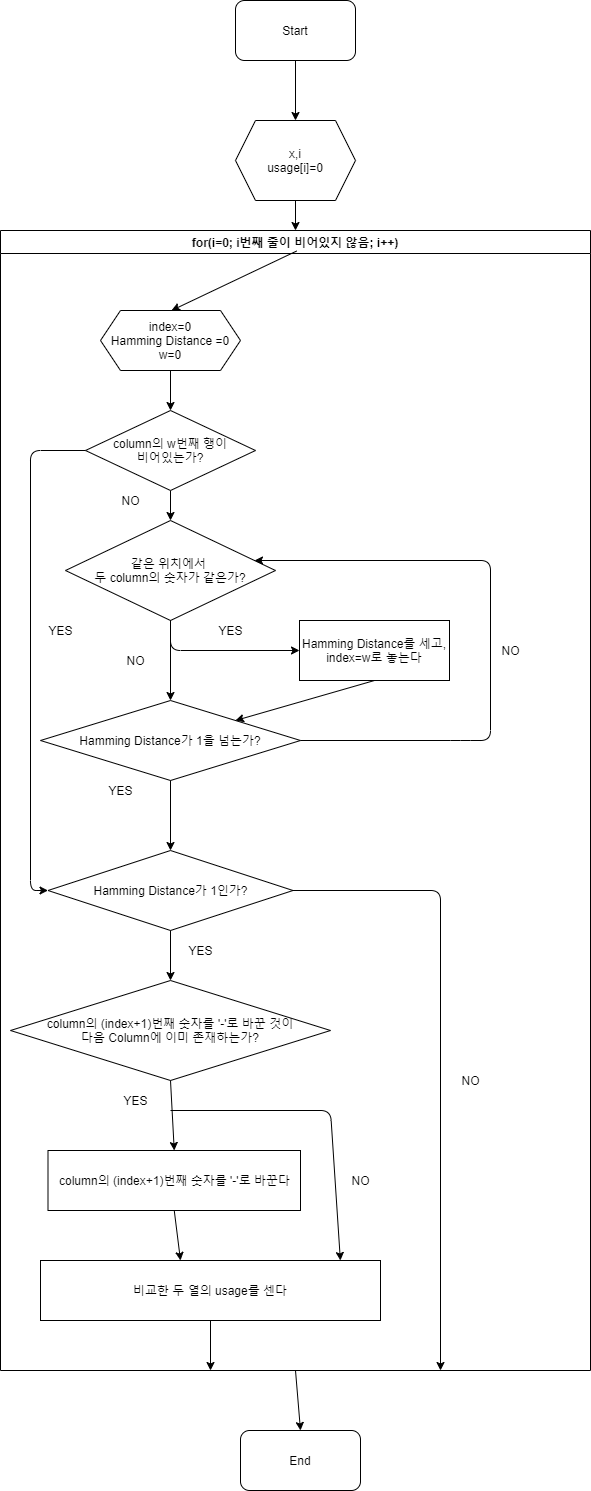
This is 순서도/MakeColumn.png from aaron-rev/QuinMc_C2Plus, a draw.io export, as it was before one commit. Source tidied: cells renumbered, new cells last; positions are measured from the earlier drawing's top-left corner, leaving out a move shared by most shapes.
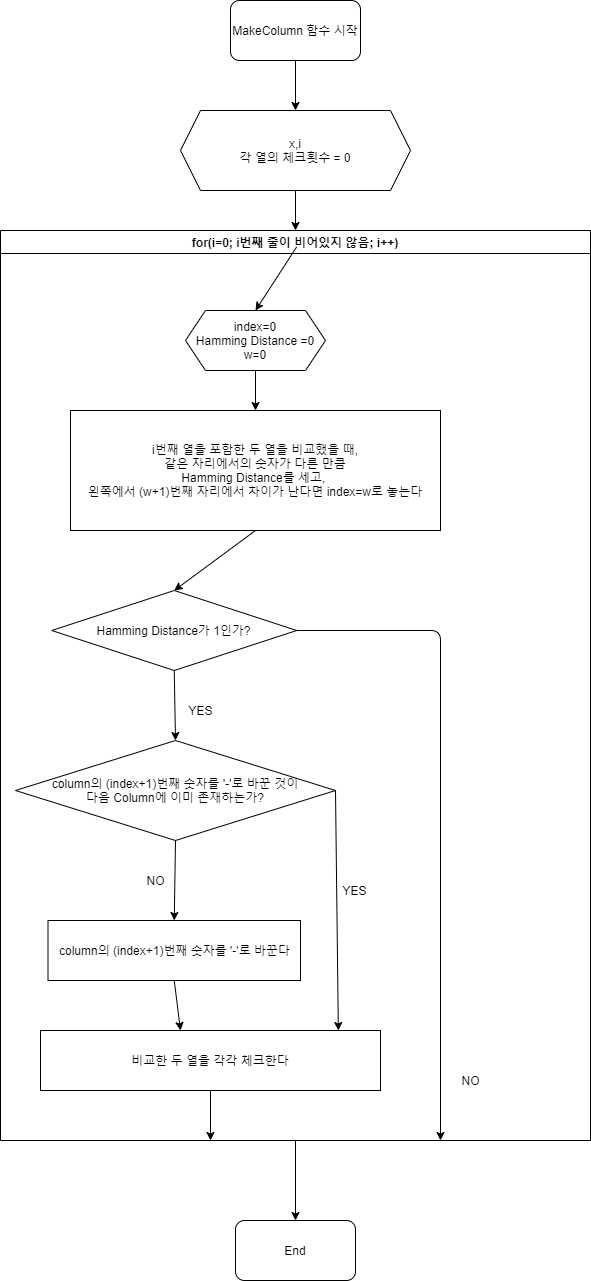
Later version of the same file.

Commit message:
방금 수정한 거 이미지 버전

What changed in the source:
```diff
@@ -2,167 +2,100 @@
   <root>
     <mxCell id="0" />
     <mxCell id="1" parent="0" />
-    <mxCell id="2" value="Start" style="rounded=1;whiteSpace=wrap;html=1;" parent="1" vertex="1">
-      <mxGeometry x="235" width="120" height="60" as="geometry" />
+    <mxCell id="2" value="MakeColumn 함수 시작" style="rounded=1;whiteSpace=wrap;html=1;" parent="1" vertex="1">
+      <mxGeometry x="230" width="130" height="60" as="geometry" />
     </mxCell>
     <mxCell id="3" style="endArrow=classic;html=1;exitX=0.5;exitY=1;exitDx=0;exitDy=0;" parent="1" edge="1" source="2" target="4">
       <mxGeometry relative="1" as="geometry" />
     </mxCell>
-    <mxCell id="4" value="x,i&lt;br&gt;usage[i]=0" style="shape=hexagon;perimeter=hexagonPerimeter2;whiteSpace=wrap;html=1;fixedSize=1;" parent="1" vertex="1">
-      <mxGeometry x="235" y="120" width="120" height="80" as="geometry" />
+    <mxCell id="4" value="x,i&lt;br&gt;각 열의 체크횟수 = 0" style="shape=hexagon;perimeter=hexagonPerimeter2;whiteSpace=wrap;html=1;fixedSize=1;" parent="1" vertex="1">
+      <mxGeometry x="180" y="110" width="230" height="80" as="geometry" />
     </mxCell>
     <mxCell id="5" style="endArrow=classic;html=1;exitX=0.5;exitY=1;exitDx=0;exitDy=0;entryX=0.5;entryY=0;entryDx=0;entryDy=0;" parent="1" edge="1" source="4" target="6">
       <mxGeometry relative="1" as="geometry" />
     </mxCell>
     <mxCell id="6" value="for(i=0; i번째 줄이 비어있지 않음; i++)" style="swimlane;" parent="1" vertex="1">
-      <mxGeometry y="230" width="590" height="1140" as="geometry" />
+      <mxGeometry y="230" width="590" height="910" as="geometry" />
     </mxCell>
-    <mxCell id="7" style="endArrow=classic;html=1;exitX=0.502;exitY=0.018;exitDx=0;exitDy=0;exitPerimeter=0;" parent="6" edge="1" source="6">
-      <mxGeometry relative="1" as="geometry">
-        <mxPoint x="171" y="80" as="targetPoint" />
-      </mxGeometry>
+    <mxCell id="7" style="endArrow=classic;html=1;exitX=0.502;exitY=0.018;exitDx=0;exitDy=0;exitPerimeter=0;entryX=0.5;entryY=0;entryDx=0;entryDy=0;" parent="6" edge="1" source="6" target="8">
+      <mxGeometry relative="1" as="geometry" />
     </mxCell>
     <mxCell id="8" value="index=0&lt;br&gt;Hamming Distance =0&lt;br&gt;w=0" style="shape=hexagon;perimeter=hexagonPerimeter2;whiteSpace=wrap;html=1;fixedSize=1;" parent="6" vertex="1">
-      <mxGeometry x="100" y="80" width="140" height="60" as="geometry" />
+      <mxGeometry x="185" y="80" width="140" height="60" as="geometry" />
     </mxCell>
-    <mxCell id="9" style="endArrow=classic;html=1;exitX=0.5;exitY=1;exitDx=0;exitDy=0;" parent="6" edge="1">
-      <mxGeometry relative="1" as="geometry">
-        <mxPoint x="170" y="260" as="sourcePoint" />
-        <mxPoint x="170" y="290" as="targetPoint" />
-      </mxGeometry>
-    </mxCell>
-    <mxCell id="10" value="같은 위치에서 &lt;br&gt;두 column의 숫자가 같은가?" style="rhombus;whiteSpace=wrap;html=1;" parent="6" vertex="1">
-      <mxGeometry x="65" y="290" width="210" height="100" as="geometry" />
-    </mxCell>
-    <mxCell id="11" style="endArrow=classic;html=1;exitX=0.5;exitY=1;exitDx=0;exitDy=0;entryX=0;entryY=0.5;entryDx=0;entryDy=0;" parent="6" edge="1" source="10" target="13">
-      <mxGeometry relative="1" as="geometry">
-        <Array as="points">
-          <mxPoint x="170" y="420" />
-        </Array>
-      </mxGeometry>
-    </mxCell>
-    <mxCell id="12" value="YES" style="text;html=1;align=center;verticalAlign=middle;strokeColor=none;" parent="6" vertex="1">
-      <mxGeometry x="210" y="390" width="40" height="20" as="geometry" />
-    </mxCell>
-    <mxCell id="13" value="Hamming Distance를 세고, index=w로 놓는다" style="rounded=0;whiteSpace=wrap;html=1;" parent="6" vertex="1">
-      <mxGeometry x="299" y="390" width="150" height="60" as="geometry" />
+    <mxCell id="13" value="i번째 열을 포함한 두 열을 비교했을 때,&lt;br&gt;같은 자리에서의 숫자가 다른 만큼&lt;br&gt;Hamming Distance를 세고, &lt;br&gt;왼쪽에서 (w+1)번째 자리에서 차이가 난다면 index=w로 놓는다" style="rounded=0;whiteSpace=wrap;html=1;" parent="6" vertex="1">
+      <mxGeometry x="70" y="180" width="370" height="120" as="geometry" />
     </mxCell>
-    <mxCell id="14" value="column의 w번째 행이&lt;br&gt;비어있는가?" style="rhombus;whiteSpace=wrap;html=1;" parent="6" vertex="1">
-      <mxGeometry x="85" y="180" width="170" height="80" as="geometry" />
-    </mxCell>
-    <mxCell id="15" value="Hamming Distance가 1을 넘는가?" style="rhombus;whiteSpace=wrap;html=1;" parent="6" vertex="1">
-      <mxGeometry x="40" y="470" width="260" height="80" as="geometry" />
-    </mxCell>
-    <mxCell id="16" value="Hamming Distance가 1인가?" style="rhombus;whiteSpace=wrap;html=1;" parent="6" vertex="1">
-      <mxGeometry x="47.5" y="620" width="245" height="80" as="geometry" />
-    </mxCell>
-    <mxCell id="17" style="endArrow=classic;html=1;exitX=0.5;exitY=1;exitDx=0;exitDy=0;entryX=0.5;entryY=0;entryDx=0;entryDy=0;" parent="6" edge="1" source="10" target="15">
-      <mxGeometry relative="1" as="geometry" />
-    </mxCell>
-    <mxCell id="18" value="NO" style="text;html=1;align=center;verticalAlign=middle;strokeColor=none;" parent="6" vertex="1">
-      <mxGeometry x="120" y="420" width="30" height="20" as="geometry" />
-    </mxCell>
-    <mxCell id="19" style="endArrow=classic;html=1;entryX=1;entryY=0;entryDx=0;entryDy=0;exitX=0.5;exitY=1;exitDx=0;exitDy=0;" parent="6" edge="1" source="13" target="15">
-      <mxGeometry relative="1" as="geometry" />
+    <mxCell id="19" style="endArrow=classic;html=1;exitX=0.5;exitY=1;exitDx=0;exitDy=0;startArrow=none;" parent="6" edge="1" source="16">
+      <mxGeometry relative="1" as="geometry">
+        <mxPoint x="175" y="400" as="targetPoint" />
+      </mxGeometry>
     </mxCell>
-    <mxCell id="20" style="endArrow=classic;html=1;exitX=0.5;exitY=1;exitDx=0;exitDy=0;entryX=0.5;entryY=0;entryDx=0;entryDy=0;" parent="6" edge="1" source="8" target="14">
+    <mxCell id="20" style="endArrow=classic;html=1;exitX=0.5;exitY=1;exitDx=0;exitDy=0;entryX=0.5;entryY=0;entryDx=0;entryDy=0;" parent="6" edge="1" source="8" target="13">
       <mxGeometry relative="1" as="geometry" />
     </mxCell>
-    <mxCell id="21" style="endArrow=classic;html=1;exitX=0.5;exitY=1;exitDx=0;exitDy=0;" parent="6" edge="1" source="15" target="16">
-      <mxGeometry relative="1" as="geometry" />
-    </mxCell>
-    <mxCell id="22" value="NO" style="text;html=1;align=center;verticalAlign=middle;strokeColor=none;" parent="6" vertex="1">
-      <mxGeometry x="495" y="410" width="30" height="20" as="geometry" />
-    </mxCell>
-    <mxCell id="23" style="endArrow=classic;html=1;exitX=0;exitY=0.5;exitDx=0;exitDy=0;entryX=0;entryY=0.5;entryDx=0;entryDy=0;" parent="6" edge="1" source="14" target="16">
-      <mxGeometry relative="1" as="geometry">
-        <Array as="points">
-          <mxPoint x="30" y="220" />
-          <mxPoint x="30" y="660" />
-        </Array>
-      </mxGeometry>
-    </mxCell>
     <mxCell id="24" value="YES" style="text;html=1;align=center;verticalAlign=middle;strokeColor=none;" parent="6" vertex="1">
-      <mxGeometry x="180" y="710" width="40" height="20" as="geometry" />
+      <mxGeometry x="180" y="470" width="40" height="20" as="geometry" />
     </mxCell>
     <mxCell id="25" value="column의 (index+1)번째 숫자를 '-'로 바꾼 것이&lt;br&gt;다음 Column에 이미 존재하는가?" style="rhombus;whiteSpace=wrap;html=1;" parent="6" vertex="1">
-      <mxGeometry x="10" y="750" width="320" height="100" as="geometry" />
+      <mxGeometry x="15" y="510" width="320" height="100" as="geometry" />
     </mxCell>
     <mxCell id="26" value="column의 (index+1)번째 숫자를 '-'로 바꾼다" style="rounded=0;whiteSpace=wrap;html=1;" parent="6" vertex="1">
-      <mxGeometry x="47.5" y="920" width="252.5" height="60" as="geometry" />
+      <mxGeometry x="47.5" y="690" width="252.5" height="60" as="geometry" />
     </mxCell>
     <mxCell id="27" style="endArrow=classic;html=1;exitX=0.5;exitY=1;exitDx=0;exitDy=0;entryX=0.5;entryY=0;entryDx=0;entryDy=0;" parent="6" edge="1" source="25" target="26">
       <mxGeometry relative="1" as="geometry" />
     </mxCell>
-    <mxCell id="28" style="endArrow=classic;html=1;entryX=0.882;entryY=0;entryDx=0;entryDy=0;entryPerimeter=0;" parent="6" edge="1" target="30">
-      <mxGeometry relative="1" as="geometry">
-        <mxPoint x="170" y="880" as="sourcePoint" />
-        <Array as="points">
-          <mxPoint x="330" y="880" />
-        </Array>
-      </mxGeometry>
-    </mxCell>
     <mxCell id="29" style="endArrow=classic;html=1;exitX=0.5;exitY=1;exitDx=0;exitDy=0;" parent="6" edge="1" source="26">
       <mxGeometry relative="1" as="geometry">
-        <mxPoint x="180" y="1030" as="targetPoint" />
+        <mxPoint x="180" y="800" as="targetPoint" />
       </mxGeometry>
     </mxCell>
-    <mxCell id="30" value="비교한 두 열의 usage를 센다" style="rounded=0;whiteSpace=wrap;html=1;" parent="6" vertex="1">
-      <mxGeometry x="40" y="1030" width="340" height="60" as="geometry" />
+    <mxCell id="30" value="비교한 두 열을 각각 체크한다" style="rounded=0;whiteSpace=wrap;html=1;" parent="6" vertex="1">
+      <mxGeometry x="40" y="800" width="340" height="60" as="geometry" />
     </mxCell>
     <mxCell id="31" style="endArrow=classic;html=1;exitX=0.5;exitY=1;exitDx=0;exitDy=0;" parent="6" edge="1" source="30">
       <mxGeometry relative="1" as="geometry">
-        <mxPoint x="210" y="1140" as="targetPoint" />
+        <mxPoint x="210" y="910" as="targetPoint" />
       </mxGeometry>
     </mxCell>
-    <mxCell id="32" value="NO" style="text;html=1;align=center;verticalAlign=middle;strokeColor=none;" parent="1" vertex="1">
-      <mxGeometry x="115" y="490" width="30" height="20" as="geometry" />
-    </mxCell>
-    <mxCell id="33" style="endArrow=classic;html=1;exitX=1;exitY=0.5;exitDx=0;exitDy=0;" parent="1" edge="1" source="15">
-      <mxGeometry relative="1" as="geometry">
-        <mxPoint x="254" y="560" as="targetPoint" />
-        <Array as="points">
-          <mxPoint x="460" y="740" />
-          <mxPoint x="490" y="740" />
-          <mxPoint x="490" y="560" />
-        </Array>
-      </mxGeometry>
-    </mxCell>
-    <mxCell id="34" value="YES" style="text;html=1;align=center;verticalAlign=middle;strokeColor=none;" parent="1" vertex="1">
-      <mxGeometry x="100" y="780" width="40" height="20" as="geometry" />
-    </mxCell>
-    <mxCell id="35" value="YES" style="text;html=1;align=center;verticalAlign=middle;strokeColor=none;" parent="1" vertex="1">
-      <mxGeometry x="40" y="620" width="40" height="20" as="geometry" />
-    </mxCell>
+    <mxCell id="39" value="YES" style="text;html=1;align=center;verticalAlign=middle;strokeColor=none;" parent="6" vertex="1">
+      <mxGeometry x="334" y="650" width="40" height="20" as="geometry" />
+    </mxCell>
+    <mxCell id="40" value="NO" style="text;html=1;align=center;verticalAlign=middle;strokeColor=none;" parent="6" vertex="1">
+      <mxGeometry x="140" y="640" width="30" height="20" as="geometry" />
+    </mxCell>
+    <mxCell id="16" value="Hamming Distance가 1인가?" style="rhombus;whiteSpace=wrap;html=1;" parent="6" vertex="1">
+      <mxGeometry x="51.2" y="360" width="245" height="80" as="geometry" />
+    </mxCell>
+    <mxCell id="43" style="endArrow=classic;html=1;exitX=0.5;exitY=1;exitDx=0;exitDy=0;entryX=0.5;entryY=0;entryDx=0;entryDy=0;" parent="6" edge="1" source="13" target="16">
+      <mxGeometry relative="1" as="geometry" />
+    </mxCell>
+    <mxCell id="38" style="endArrow=classic;html=1;exitX=0.5;exitY=1;exitDx=0;exitDy=0;entryX=0.5;entryY=0;entryDx=0;entryDy=0;entryPerimeter=0;" parent="6" edge="1" source="16" target="25">
+      <mxGeometry relative="1" as="geometry" />
+    </mxCell>
+    <mxCell id="44" style="endArrow=classic;html=1;exitX=1;exitY=0.5;exitDx=0;exitDy=0;entryX=0.876;entryY=0;entryDx=0;entryDy=0;entryPerimeter=0;" parent="6" edge="1" source="25" target="30">
+      <mxGeometry relative="1" as="geometry" />
+    </mxCell>
-    <mxCell id="36" style="endArrow=classic;html=1;exitX=1;exitY=0.5;exitDx=0;exitDy=0;" parent="1" edge="1" source="16">
+    <mxCell id="36" style="endArrow=classic;html=1;exitX=1;exitY=0.5;exitDx=0;exitDy=0;" parent="1" edge="1">
       <mxGeometry relative="1" as="geometry">
-        <mxPoint x="440" y="1370" as="targetPoint" />
+        <mxPoint x="296.2" y="630" as="sourcePoint" />
+        <mxPoint x="440" y="1140" as="targetPoint" />
         <Array as="points">
-          <mxPoint x="440" y="890" />
+          <mxPoint x="440" y="630" />
         </Array>
       </mxGeometry>
     </mxCell>
     <mxCell id="37" value="NO" style="text;html=1;align=center;verticalAlign=middle;strokeColor=none;" parent="1" vertex="1">
       <mxGeometry x="455" y="1070" width="30" height="20" as="geometry" />
     </mxCell>
-    <mxCell id="38" style="endArrow=classic;html=1;exitX=0.5;exitY=1;exitDx=0;exitDy=0;" parent="1" edge="1" source="16">
-      <mxGeometry relative="1" as="geometry">
-        <mxPoint x="170" y="980" as="targetPoint" />
-      </mxGeometry>
-    </mxCell>
-    <mxCell id="39" value="YES" style="text;html=1;align=center;verticalAlign=middle;strokeColor=none;" parent="1" vertex="1">
-      <mxGeometry x="115" y="1090" width="40" height="20" as="geometry" />
-    </mxCell>
-    <mxCell id="40" value="NO" style="text;html=1;align=center;verticalAlign=middle;strokeColor=none;" parent="1" vertex="1">
-      <mxGeometry x="345" y="1170" width="30" height="20" as="geometry" />
-    </mxCell>
     <mxCell id="41" style="endArrow=classic;html=1;exitX=0.5;exitY=1;exitDx=0;exitDy=0;" parent="1" edge="1" source="6">
       <mxGeometry relative="1" as="geometry">
-        <mxPoint x="300" y="1430" as="targetPoint" />
+        <mxPoint x="295" y="1220" as="targetPoint" />
       </mxGeometry>
     </mxCell>
     <mxCell id="42" value="End" style="rounded=1;whiteSpace=wrap;html=1;" parent="1" vertex="1">
-      <mxGeometry x="240" y="1430" width="120" height="60" as="geometry" />
+      <mxGeometry x="235" y="1220" width="120" height="60" as="geometry" />
     </mxCell>
   </root>
 </mxGraphModel>
```
